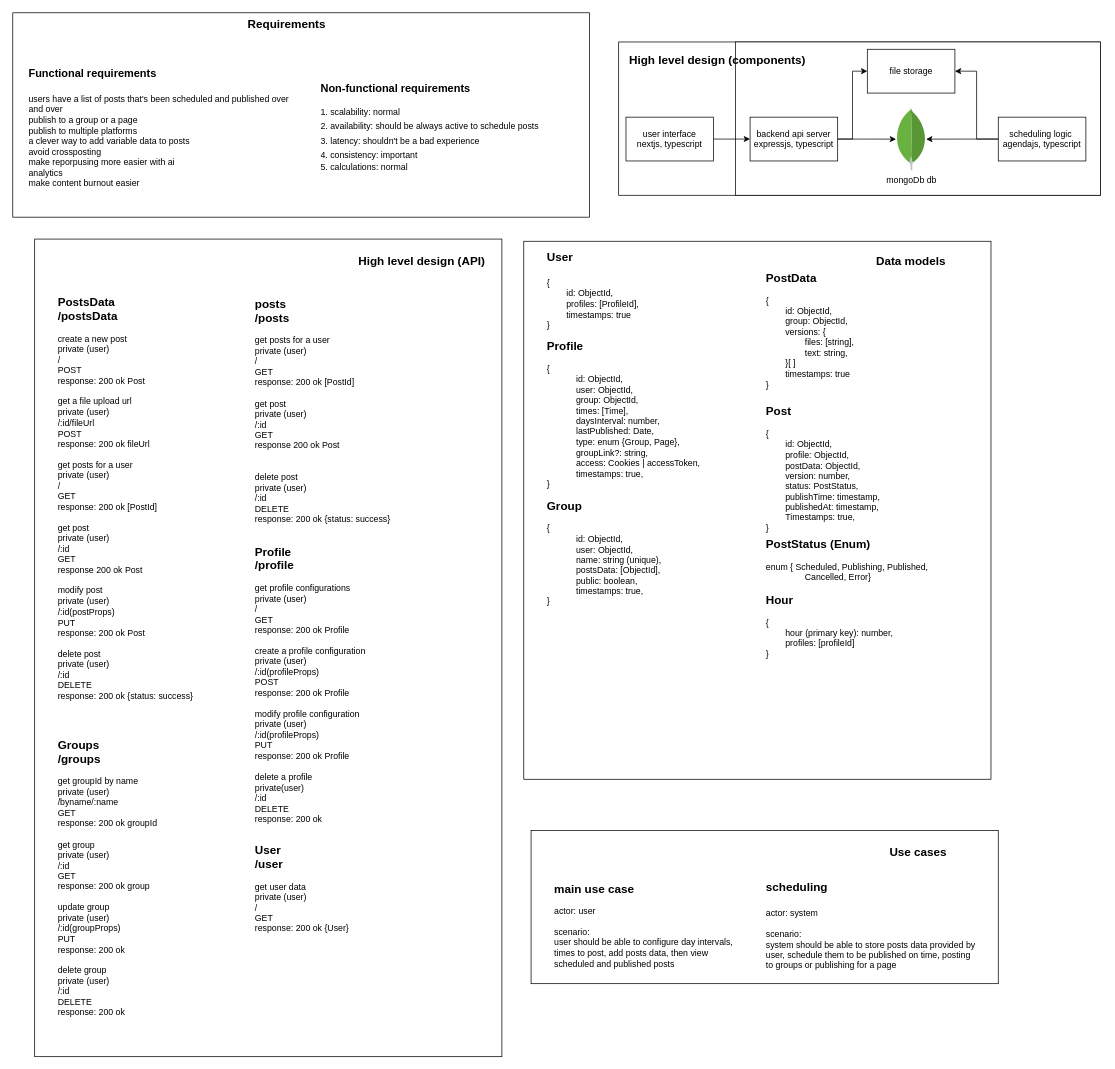
The draw.io diagram page "high-level" (1 of 4) of auto-post.drawio in ahmed-elbehairy7/pamylka-system-design, before the edit. Source tidied: cells renumbered, new cells numbered last; positions are measured from the earlier drawing's top-left corner, leaving out a move shared by most shapes. Both pictures are drawn from the tidied source at 73%, with x=0, y=0 at pixel (12, 12).
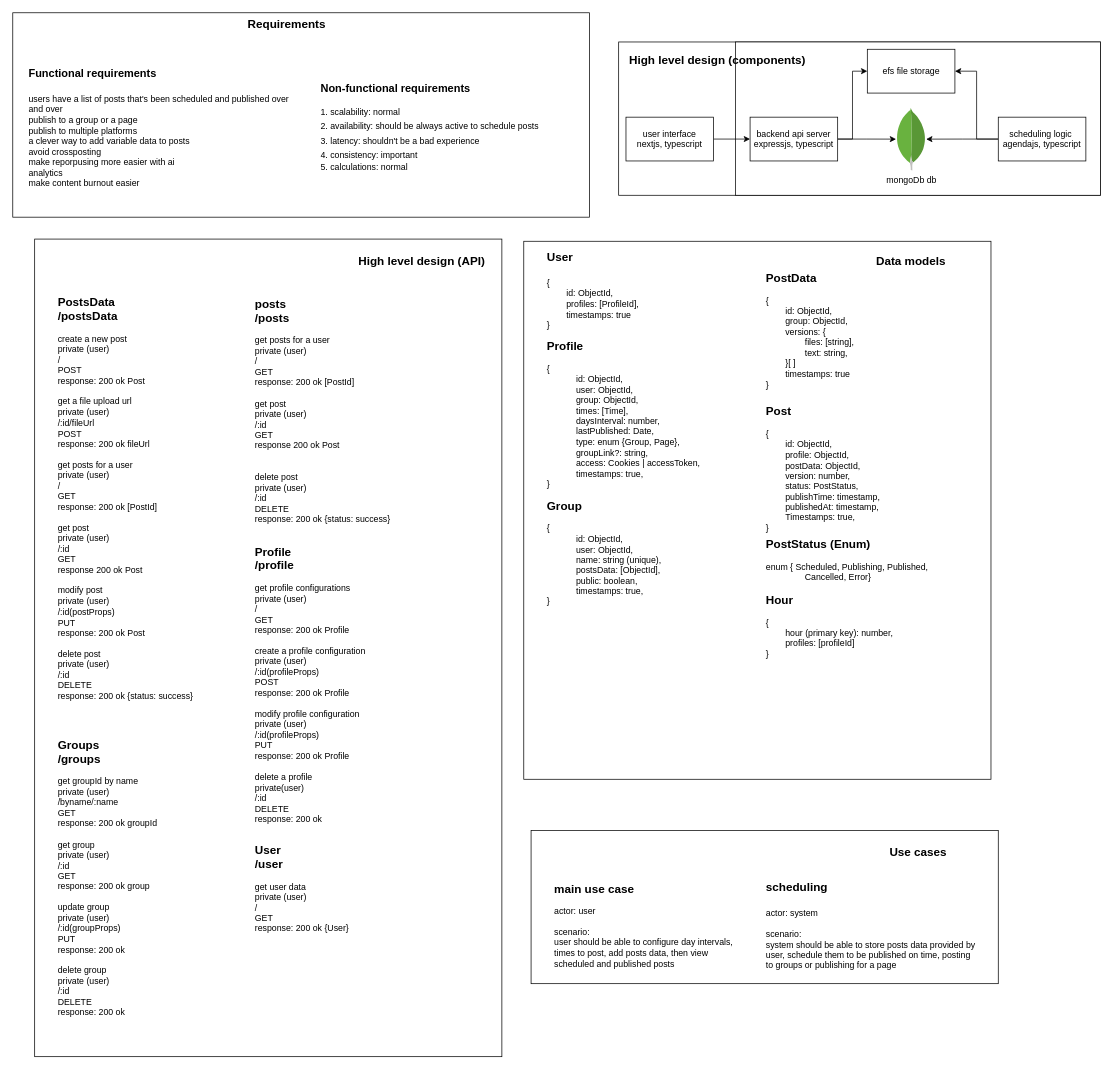
The same page after the edit.

The change refers to these unchanged cells:
```xml
<mxCell id="2" style="group;" parent="1" vertex="1">
  <mxGeometry x="830" y="40" width="662" height="210" as="geometry" />
</mxCell>
```

The edit, as a diff of the source:
```diff
@@
-    <mxCell id="15" value="file storage" style="rounded=0;whiteSpace=wrap;html=1;" parent="2" vertex="1">
+    <mxCell id="15" value="efs file storage" style="rounded=0;whiteSpace=wrap;html=1;" parent="2" vertex="1">
       <mxGeometry x="340.6" y="10" width="120" height="60" as="geometry" />
     </mxCell>
```
